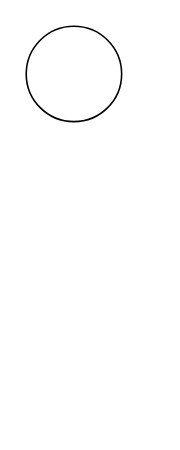
The draw.io diagram figs/Untitled Diagram.drawio in Med-Process/PythonTool, before the edit. Source tidied: cells renumbered, new cells numbered last; positions are measured from the earlier drawing's top-left corner, leaving out a move shared by most shapes. Both pictures are drawn from the tidied source at 159%, with x=0, y=0 at pixel (25, 25).
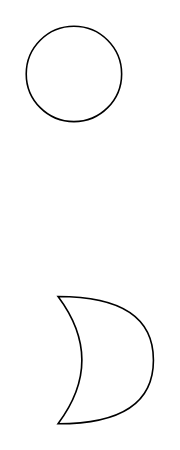
After the change.

Diff of the diagram source:
```diff
@@
 <mxGraphModel>
   <root>
     <mxCell id="0" />
     <mxCell id="1" parent="0" />
     <mxCell id="2" style="ellipse;whiteSpace=wrap;html=1;" parent="1" vertex="1">
       <mxGeometry width="60" height="60" as="geometry" />
     </mxCell>
+    <mxCell id="3" style="shape=xor;whiteSpace=wrap;html=1;" parent="1" vertex="1">
+      <mxGeometry x="20" y="170" width="60" height="80" as="geometry" />
+    </mxCell>
   </root>
 </mxGraphModel>
```
